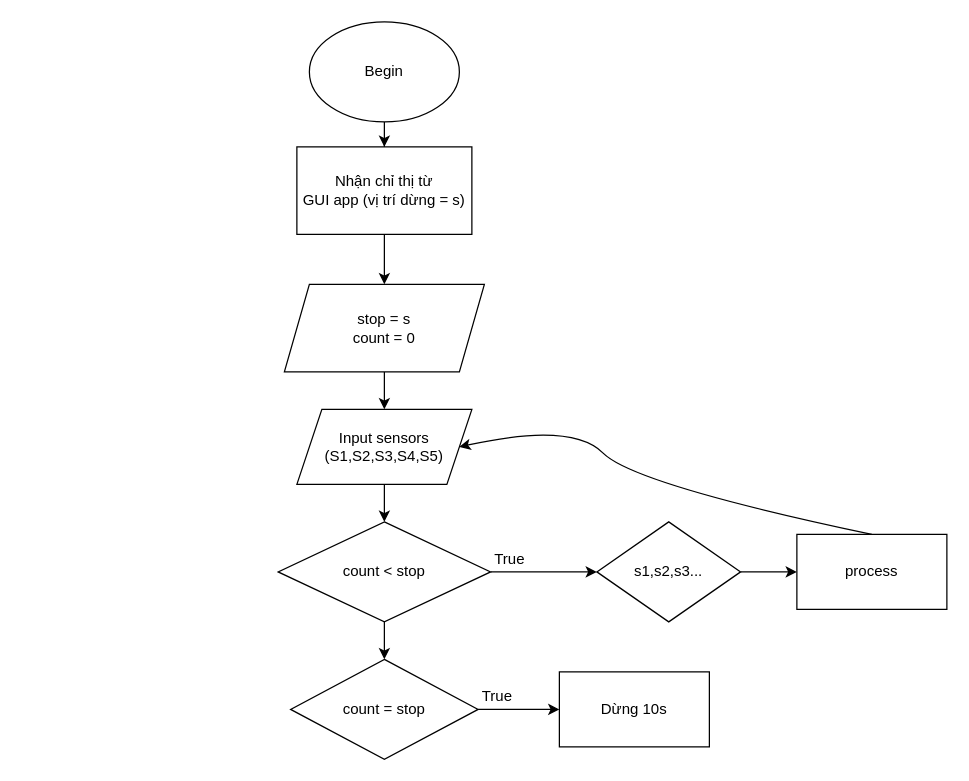
The draw.io diagram Untitled Diagram.drawio in manhph2211/Line-Follower-Robot, before the edit. Source tidied: cells renumbered, new cells numbered last; positions are measured from the earlier drawing's top-left corner, leaving out a move shared by most shapes. Both pictures are drawn from the tidied source at 125%, with x=0, y=0 at pixel (278, 21).
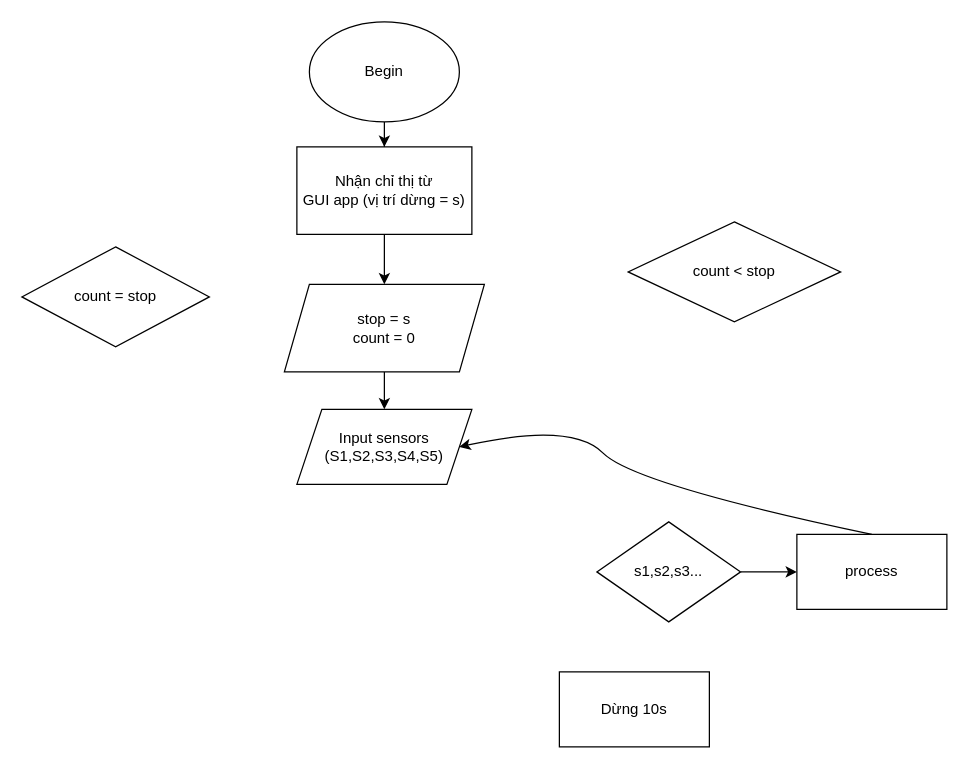
Above is the later version.

Unchanged cells that the change refers to:
```xml
<mxCell id="12" value="Input sensors&lt;br&gt;(S1,S2,S3,S4,S5)" style="shape=parallelogram;perimeter=parallelogramPerimeter;whiteSpace=wrap;html=1;fixedSize=1;" parent="1" vertex="1">
  <mxGeometry x="15" y="310" width="140" height="60" as="geometry" />
</mxCell>
<mxCell id="14" value="s1,s2,s3..." style="rhombus;whiteSpace=wrap;html=1;" parent="1" vertex="1">
  <mxGeometry x="255" y="400" width="115" height="80" as="geometry" />
</mxCell>
<mxCell id="20" value="Dừng 10s" style="rounded=0;whiteSpace=wrap;html=1;" parent="1" vertex="1">
  <mxGeometry x="225" y="520" width="120" height="60" as="geometry" />
</mxCell>
```

The edit, as a diff of the source:
```diff
@@
-    <mxCell id="8" style="edgeStyle=orthogonalEdgeStyle;rounded=0;jettySize=auto;html=1;" parent="1" edge="1" source="10" target="14">
-      <mxGeometry relative="1" as="geometry" />
-    </mxCell>
-    <mxCell id="9" style="edgeStyle=orthogonalEdgeStyle;rounded=0;jettySize=auto;html=1;" parent="1" edge="1" source="10" target="17">
-      <mxGeometry relative="1" as="geometry" />
-    </mxCell>
     <mxCell id="10" value="count &amp;lt; stop" style="rhombus;whiteSpace=wrap;html=1;" parent="1" vertex="1">
-      <mxGeometry y="400" width="170" height="80" as="geometry" />
+      <mxGeometry x="280" y="160" width="170" height="80" as="geometry" />
     </mxCell>
-    <mxCell id="11" style="edgeStyle=orthogonalEdgeStyle;rounded=0;jettySize=auto;html=1;" parent="1" edge="1" source="12" target="10">
-      <mxGeometry relative="1" as="geometry" />
-    </mxCell>
@@
-    <mxCell id="15" value="True" style="text;html=1;align=center;verticalAlign=middle;strokeColor=none;" parent="1" vertex="1">
-      <mxGeometry x="165" y="420" width="40" height="20" as="geometry" />
-    </mxCell>
-    <mxCell id="16" style="edgeStyle=orthogonalEdgeStyle;rounded=0;jettySize=auto;html=1;" parent="1" edge="1" source="17" target="20">
-      <mxGeometry relative="1" as="geometry" />
-    </mxCell>
     <mxCell id="17" value="count = stop" style="rhombus;whiteSpace=wrap;html=1;" parent="1" vertex="1">
-      <mxGeometry x="10" y="510" width="150" height="80" as="geometry" />
+      <mxGeometry x="-205" y="180" width="150" height="80" as="geometry" />
     </mxCell>
@@
-    <mxCell id="21" value="True" style="text;html=1;align=center;verticalAlign=middle;strokeColor=none;" parent="1" vertex="1">
-      <mxGeometry x="155" y="530" width="40" height="20" as="geometry" />
-    </mxCell>
```
